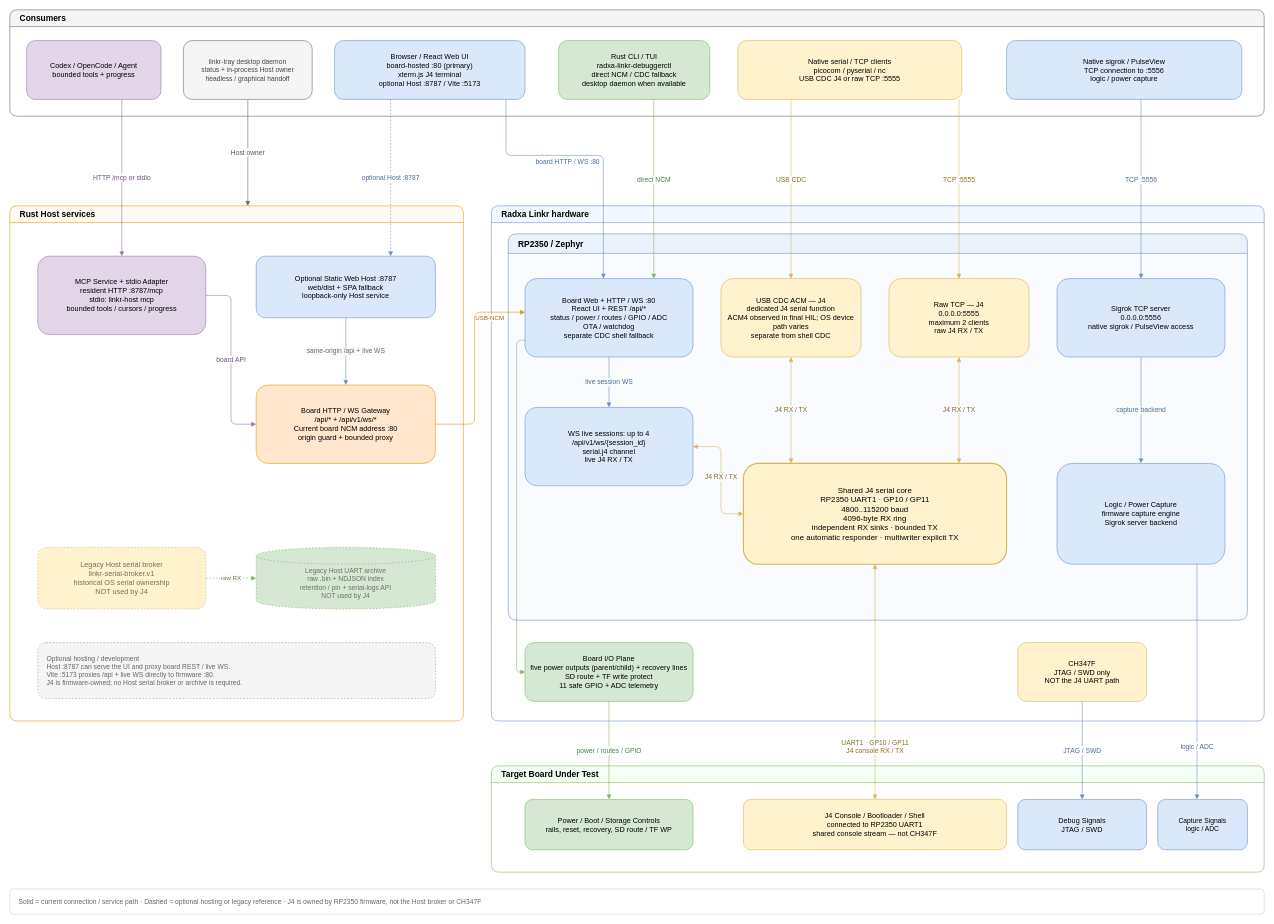
Above: docs/assets/architecture/current-system-architecture.drawio in xzl01/agent-debugboard (draw.io), before the change. Source tidied: cells renumbered, new cells numbered last; positions are measured from the earlier drawing's top-left corner, leaving out a move shared by most shapes. Both pictures are drawn from the tidied source at 56%, with x=0, y=0 at pixel (10, 10).
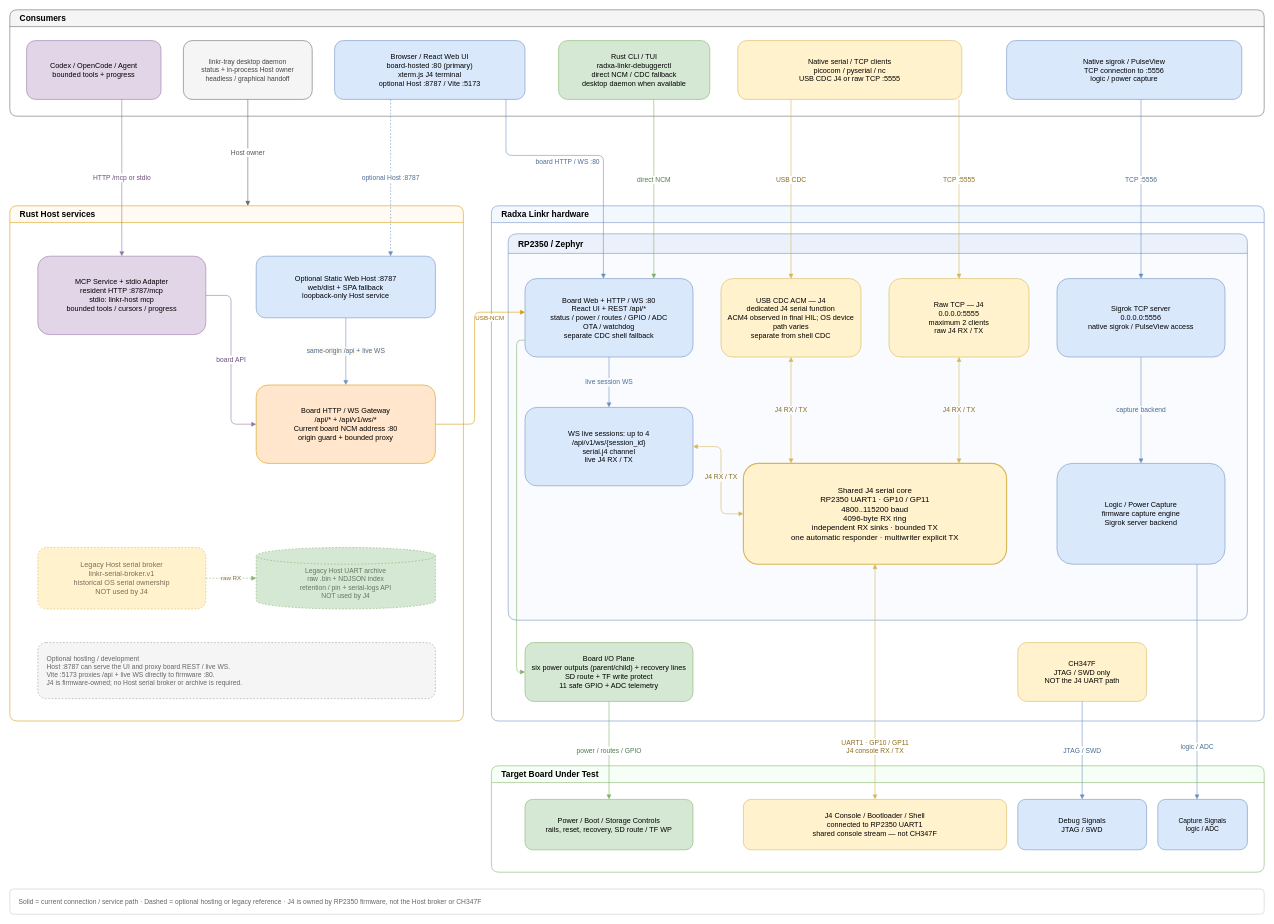
The same page after the edit.

The change refers to these unchanged cells:
```xml
<mxCell id="16" value="Radxa Linkr hardware" style="swimlane;startSize=30;rounded=1;whiteSpace=wrap;html=1;fillColor=#f3f8ff;strokeColor=#6c8ebf;fontStyle=1;fontSize=15;align=left;spacingLeft=16;" parent="1" vertex="1">
  <mxGeometry x="860" y="350" width="1380" height="920" as="geometry" />
</mxCell>
```

Change to the diagram source:
```diff
@@
-    <mxCell id="25" value="Board I/O Plane&#10;five power outputs (parent/child) + recovery lines&#10;SD route + TF write protect&#10;11 safe GPIO + ADC telemetry" style="rounded=1;whiteSpace=wrap;html=1;fillColor=#d5e8d4;strokeColor=#82b366;fontSize=13;" parent="16" vertex="1">
+    <mxCell id="25" value="Board I/O Plane&#10;six power outputs (parent/child) + recovery lines&#10;SD route + TF write protect&#10;11 safe GPIO + ADC telemetry" style="rounded=1;whiteSpace=wrap;html=1;fillColor=#d5e8d4;strokeColor=#82b366;fontSize=13;" parent="16" vertex="1">
       <mxGeometry x="60" y="780" width="300" height="105" as="geometry" />
     </mxCell>
```
